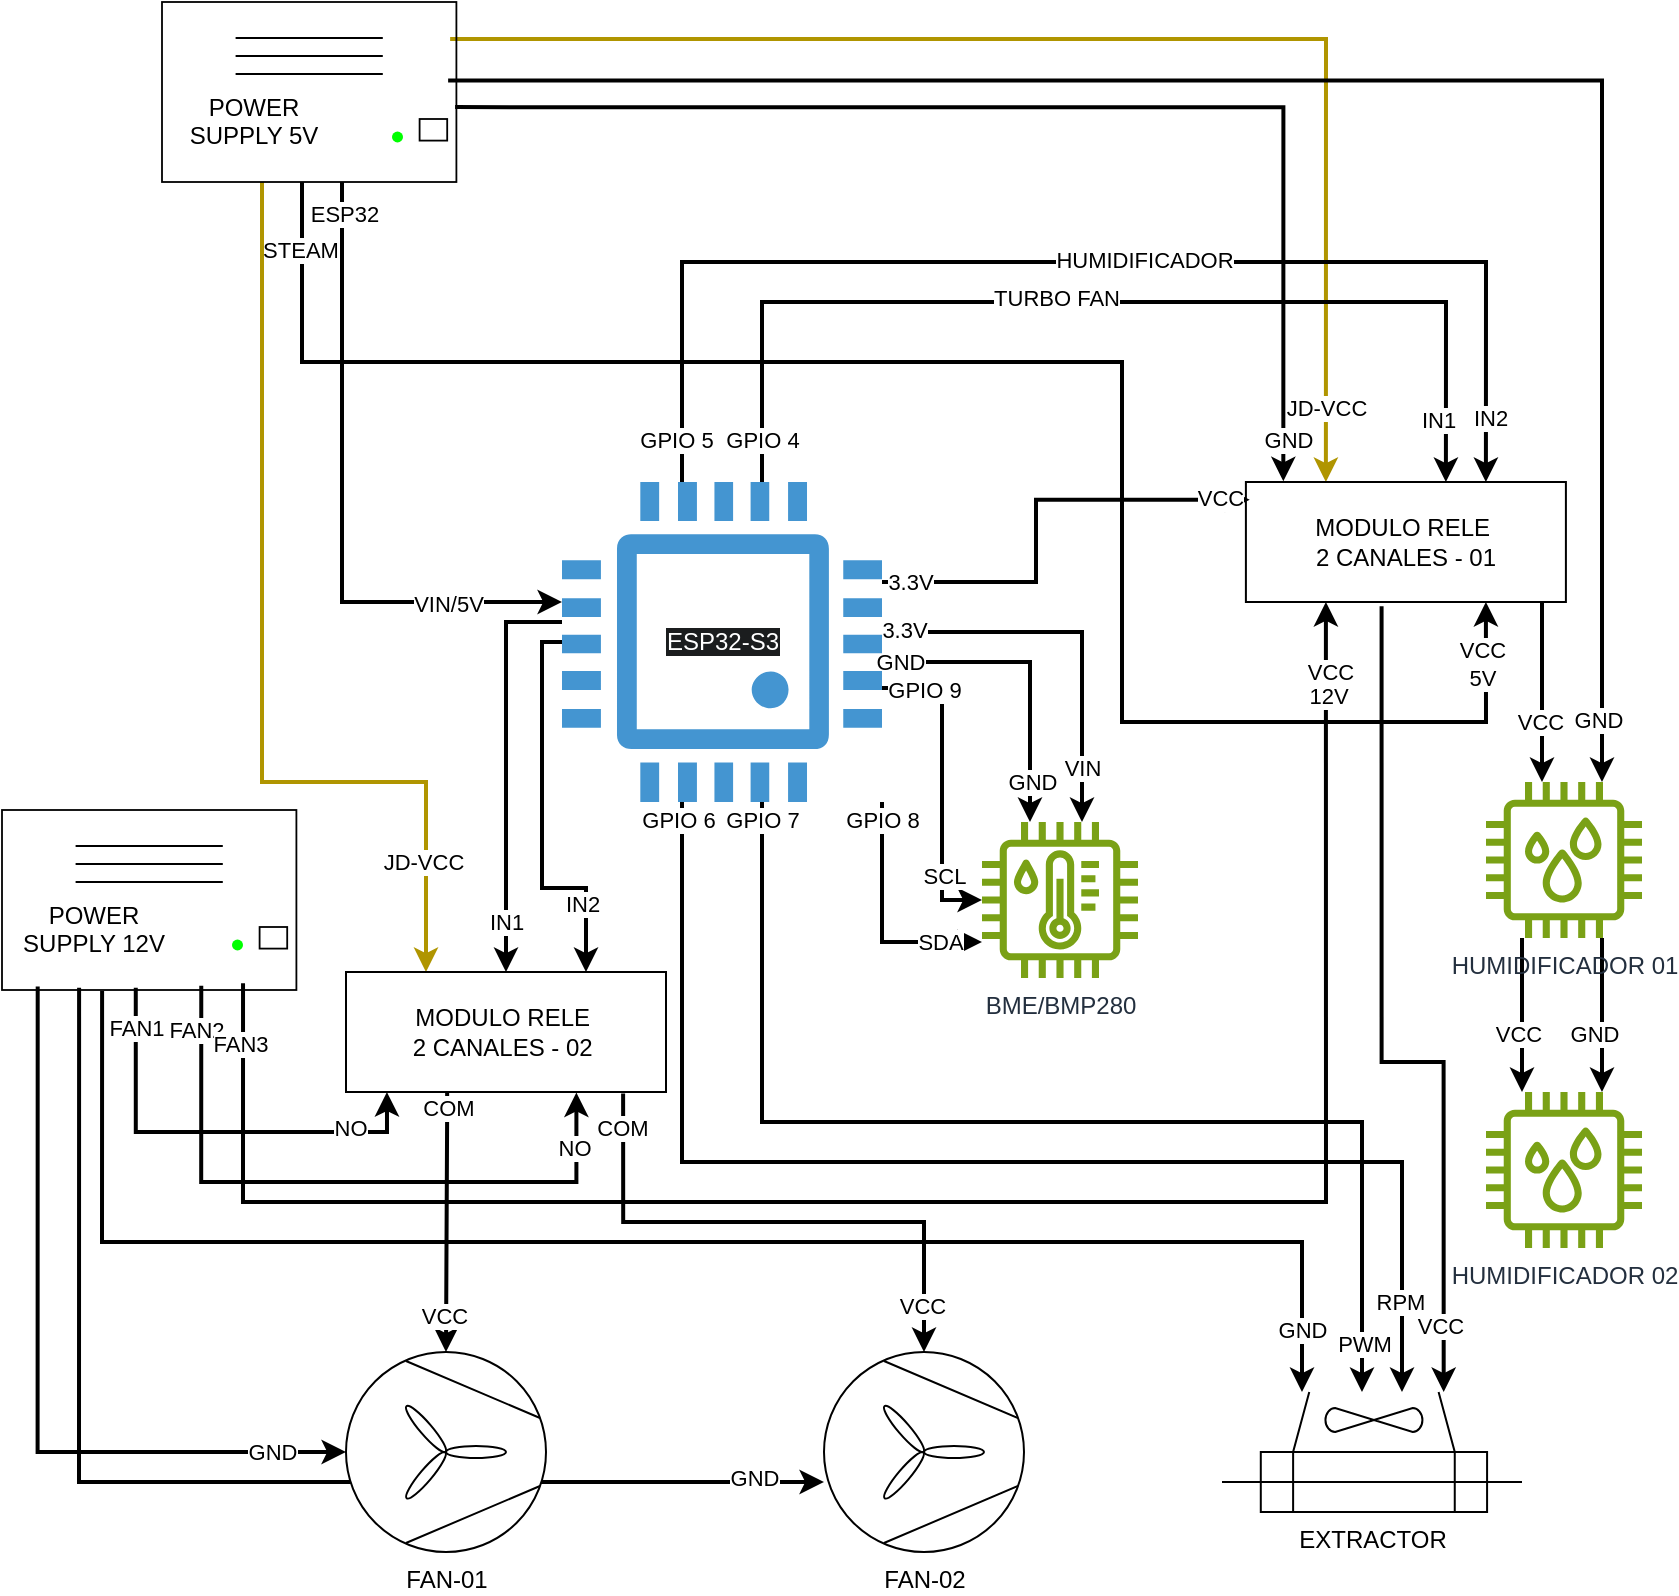
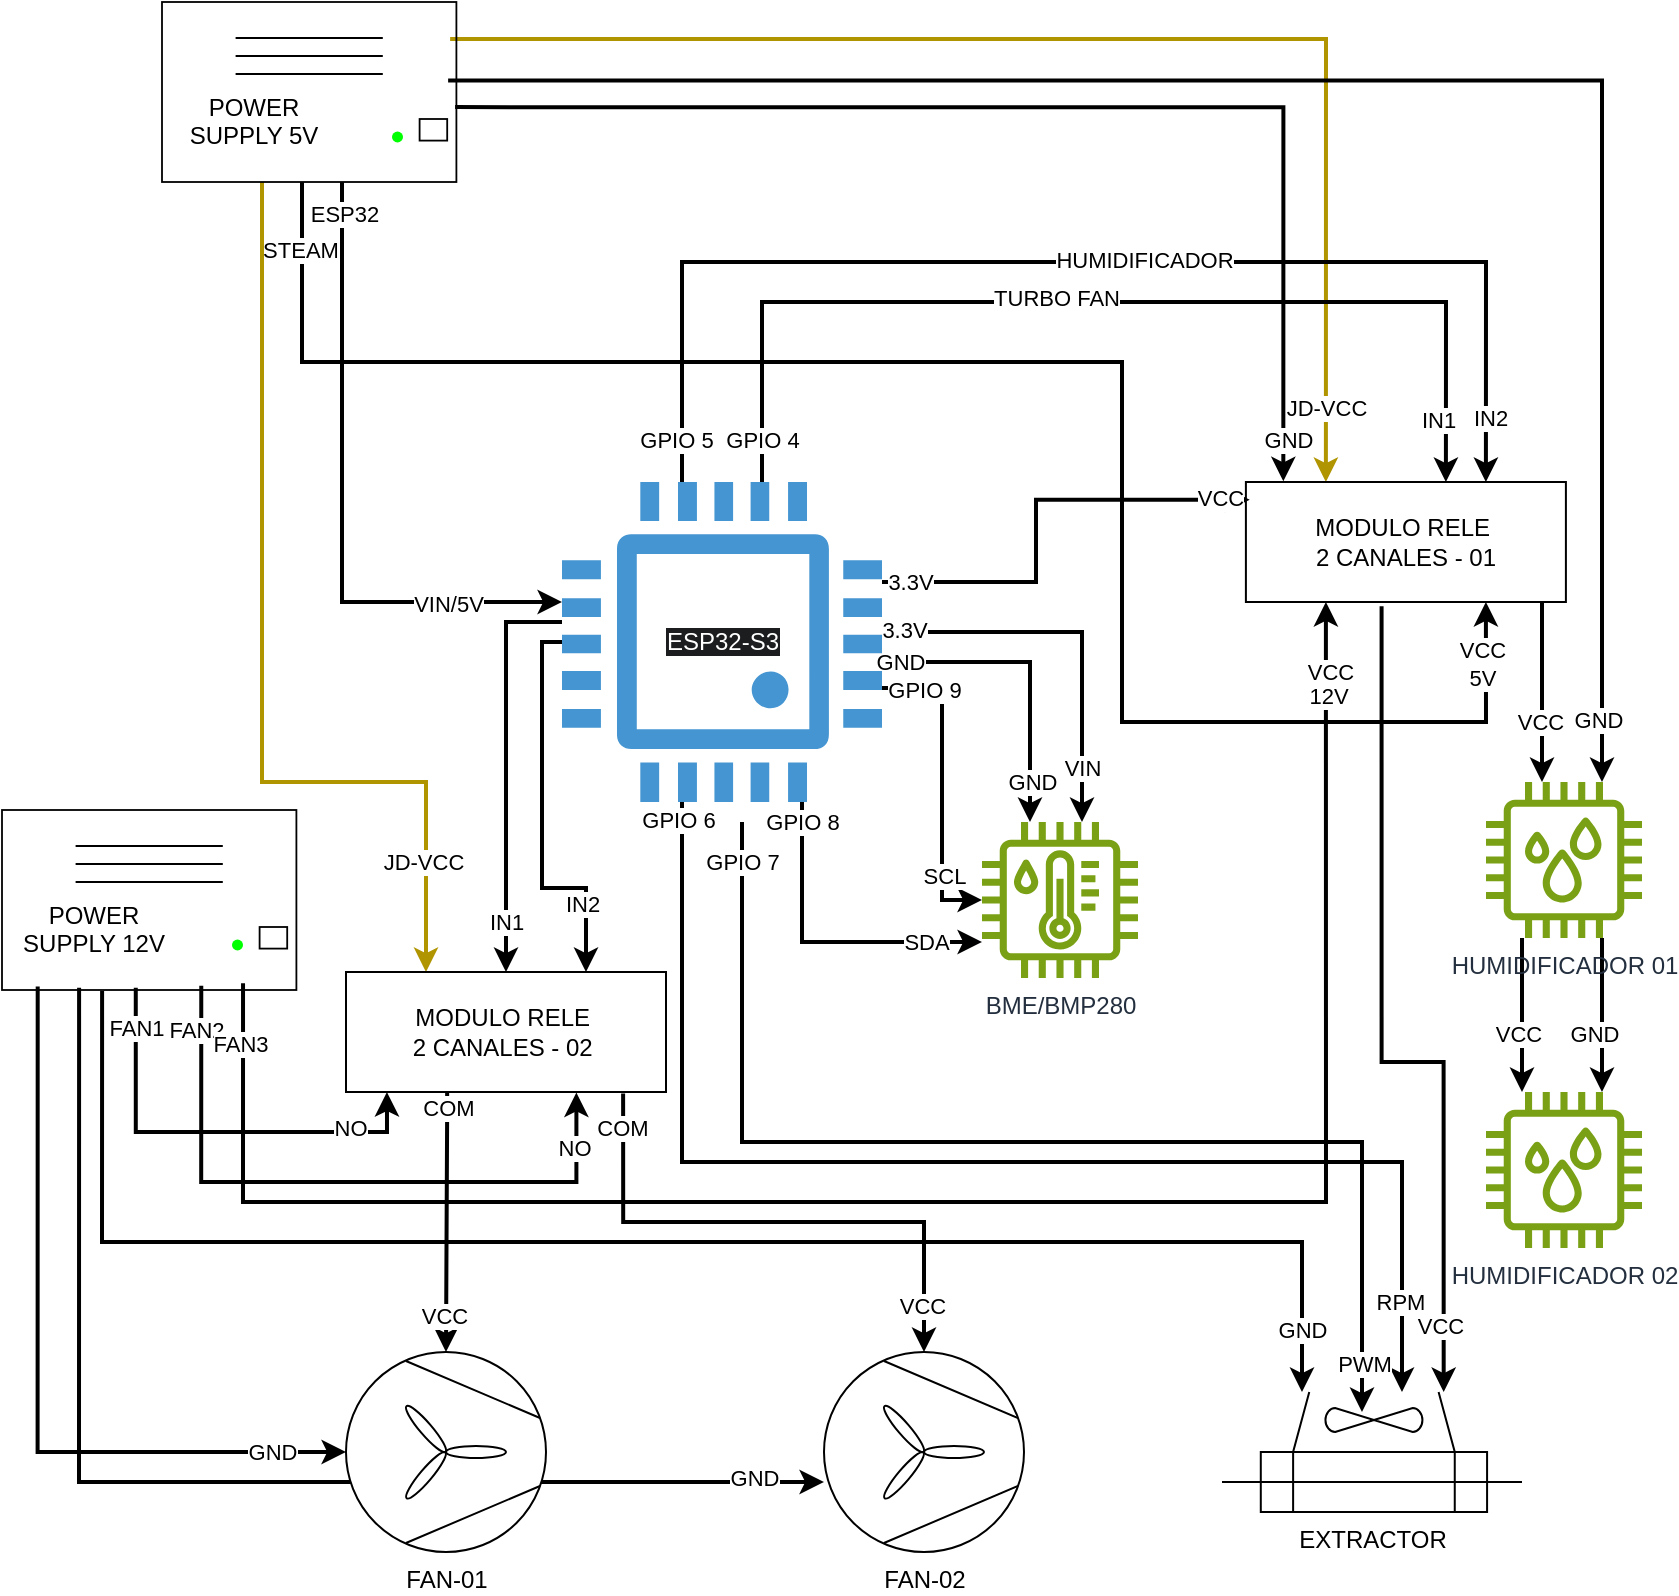
<mxfile host="app.diagrams.net">
  <diagram name="Página-1" id="koUn4hIdyBtjUtpu3TXn">
-     <mxGraphModel dx="2887" dy="1128" grid="1" gridSize="10" guides="1" tooltips="1" connect="1" arrows="1" fold="1" page="1" pageScale="1" pageWidth="827" pageHeight="1169" math="0" shadow="0">
+     <mxGraphModel dx="1492" dy="364" grid="1" gridSize="10" guides="1" tooltips="1" connect="1" arrows="1" fold="1" page="1" pageScale="1" pageWidth="827" pageHeight="1169" math="0" shadow="0">
      <root>
        <mxCell id="0" />
        <mxCell id="1" parent="0" />
        <mxCell id="JcPs1KeFLbjiR-1g2Z5X-6" edge="1" parent="1" source="-57AGY_NIGQAZNsNdCAg-44" style="edgeStyle=orthogonalEdgeStyle;rounded=0;orthogonalLoop=1;jettySize=auto;html=1;entryX=0.25;entryY=0;entryDx=0;entryDy=0;fillColor=#e3c800;strokeColor=light-dark(#B09500,#FFFF33);strokeWidth=2;exitX=1.566;exitY=0.206;exitDx=0;exitDy=0;exitPerimeter=0;" target="JcPs1KeFLbjiR-1g2Z5X-2" value="">
          <mxGeometry relative="1" as="geometry">
            <mxPoint x="200" y="135" as="sourcePoint" />
          </mxGeometry>
        </mxCell>
        <mxCell id="-57AGY_NIGQAZNsNdCAg-20" connectable="0" parent="JcPs1KeFLbjiR-1g2Z5X-6" style="edgeLabel;html=1;align=center;verticalAlign=middle;resizable=0;points=[];" value="JD-VCC" vertex="1">
          <mxGeometry relative="1" x="0.8871" as="geometry">
            <mxPoint as="offset" />
          </mxGeometry>
        </mxCell>
        <mxCell id="JcPs1KeFLbjiR-1g2Z5X-10" edge="1" parent="1" source="-57AGY_NIGQAZNsNdCAg-44" style="edgeStyle=orthogonalEdgeStyle;rounded=0;orthogonalLoop=1;jettySize=auto;html=1;entryX=0.117;entryY=-0.006;entryDx=0;entryDy=0;strokeWidth=2;exitX=1.593;exitY=0.584;exitDx=0;exitDy=0;entryPerimeter=0;exitPerimeter=0;" target="JcPs1KeFLbjiR-1g2Z5X-2" value="">
          <mxGeometry relative="1" x="0.0006" as="geometry">
            <mxPoint as="offset" />
            <Array as="points">
              <mxPoint x="611" y="143" />
            </Array>
            <mxPoint x="200" y="150" as="sourcePoint" />
          </mxGeometry>
        </mxCell>
        <mxCell id="-57AGY_NIGQAZNsNdCAg-32" connectable="0" parent="JcPs1KeFLbjiR-1g2Z5X-10" style="edgeLabel;html=1;align=center;verticalAlign=middle;resizable=0;points=[];" value="GND" vertex="1">
          <mxGeometry relative="1" x="0.9315" y="2" as="geometry">
            <mxPoint as="offset" />
          </mxGeometry>
        </mxCell>
        <mxCell id="JcPs1KeFLbjiR-1g2Z5X-53" edge="1" parent="1" source="-57AGY_NIGQAZNsNdCAg-45" style="edgeStyle=orthogonalEdgeStyle;rounded=0;orthogonalLoop=1;jettySize=auto;html=1;exitX=0.419;exitY=0.988;exitDx=0;exitDy=0;strokeWidth=2;exitPerimeter=0;" target="JcPs1KeFLbjiR-1g2Z5X-51">
          <mxGeometry relative="1" as="geometry">
            <Array as="points">
              <mxPoint x="9" y="830" />
            </Array>
            <mxPoint x="8" y="590" as="sourcePoint" />
          </mxGeometry>
        </mxCell>
        <mxCell id="JcPs1KeFLbjiR-1g2Z5X-54" connectable="0" parent="JcPs1KeFLbjiR-1g2Z5X-53" style="edgeLabel;html=1;align=center;verticalAlign=middle;resizable=0;points=[];" value="GND" vertex="1">
          <mxGeometry relative="1" x="0.8845" y="2" as="geometry">
            <mxPoint as="offset" />
          </mxGeometry>
        </mxCell>
        <mxCell id="JcPs1KeFLbjiR-1g2Z5X-13" edge="1" parent="1" source="-57AGY_NIGQAZNsNdCAg-44" style="edgeStyle=orthogonalEdgeStyle;rounded=0;orthogonalLoop=1;jettySize=auto;html=1;strokeColor=light-dark(#000000,#FF9933);strokeWidth=2;" target="JcPs1KeFLbjiR-1g2Z5X-11" value="">
          <mxGeometry relative="1" x="-0.0012" as="geometry">
            <mxPoint as="offset" />
            <Array as="points">
              <mxPoint x="140" y="390" />
            </Array>
            <mxPoint x="140" y="180" as="sourcePoint" />
            <mxPoint x="240" y="340" as="targetPoint" />
          </mxGeometry>
        </mxCell>
        <mxCell id="JcPs1KeFLbjiR-1g2Z5X-43" connectable="0" parent="JcPs1KeFLbjiR-1g2Z5X-13" style="edgeLabel;html=1;align=center;verticalAlign=middle;resizable=0;points=[];" value="VIN/5V" vertex="1">
          <mxGeometry relative="1" x="0.6434" y="-1" as="geometry">
            <mxPoint as="offset" />
          </mxGeometry>
        </mxCell>
        <mxCell id="-57AGY_NIGQAZNsNdCAg-64" connectable="0" parent="JcPs1KeFLbjiR-1g2Z5X-13" style="edgeLabel;html=1;align=center;verticalAlign=middle;resizable=0;points=[];" value="ESP32" vertex="1">
          <mxGeometry relative="1" x="-0.9" y="1" as="geometry">
            <mxPoint as="offset" />
          </mxGeometry>
        </mxCell>
        <mxCell id="JcPs1KeFLbjiR-1g2Z5X-38" edge="1" parent="1" source="-57AGY_NIGQAZNsNdCAg-44" style="edgeStyle=orthogonalEdgeStyle;rounded=0;orthogonalLoop=1;jettySize=auto;html=1;entryX=0.25;entryY=0;entryDx=0;entryDy=0;strokeColor=light-dark(#B09500,#FFFF33);strokeWidth=2;" target="JcPs1KeFLbjiR-1g2Z5X-26">
          <mxGeometry relative="1" as="geometry">
            <Array as="points">
              <mxPoint x="100" y="480" />
              <mxPoint x="182" y="480" />
            </Array>
            <mxPoint x="100" y="180" as="sourcePoint" />
          </mxGeometry>
        </mxCell>
        <mxCell id="JcPs1KeFLbjiR-1g2Z5X-41" connectable="0" parent="JcPs1KeFLbjiR-1g2Z5X-38" style="edgeLabel;html=1;align=center;verticalAlign=middle;resizable=0;points=[];" value="JD-VCC&amp;nbsp;" vertex="1">
          <mxGeometry relative="1" x="0.7674" as="geometry">
            <mxPoint as="offset" />
          </mxGeometry>
        </mxCell>
        <mxCell id="-57AGY_NIGQAZNsNdCAg-9" edge="1" parent="1" source="JcPs1KeFLbjiR-1g2Z5X-2" style="edgeStyle=orthogonalEdgeStyle;rounded=0;orthogonalLoop=1;jettySize=auto;html=1;strokeColor=light-dark(#000000,#FF0000);strokeWidth=2;exitX=0.424;exitY=1.035;exitDx=0;exitDy=0;exitPerimeter=0;">
          <mxGeometry relative="1" as="geometry">
            <Array as="points">
              <mxPoint x="660" y="620" />
              <mxPoint x="691" y="620" />
            </Array>
            <mxPoint x="690.8447368421055" y="785" as="targetPoint" />
          </mxGeometry>
        </mxCell>
        <mxCell id="-57AGY_NIGQAZNsNdCAg-10" connectable="0" parent="-57AGY_NIGQAZNsNdCAg-9" style="edgeLabel;html=1;align=center;verticalAlign=middle;resizable=0;points=[];" value="VCC" vertex="1">
          <mxGeometry relative="1" x="0.8878" y="-2" as="geometry">
            <mxPoint y="-9" as="offset" />
          </mxGeometry>
        </mxCell>
        <mxCell id="-57AGY_NIGQAZNsNdCAg-68" edge="1" parent="1" source="JcPs1KeFLbjiR-1g2Z5X-2" style="edgeStyle=orthogonalEdgeStyle;rounded=0;orthogonalLoop=1;jettySize=auto;html=1;strokeColor=light-dark(#000000,#FF0000);strokeWidth=2;" target="-57AGY_NIGQAZNsNdCAg-60">
          <mxGeometry relative="1" as="geometry">
            <Array as="points">
              <mxPoint x="740" y="450" />
              <mxPoint x="740" y="450" />
            </Array>
          </mxGeometry>
        </mxCell>
        <mxCell id="-57AGY_NIGQAZNsNdCAg-73" connectable="0" parent="-57AGY_NIGQAZNsNdCAg-68" style="edgeLabel;html=1;align=center;verticalAlign=middle;resizable=0;points=[];" value="VCC" vertex="1">
          <mxGeometry relative="1" x="0.3278" y="-1" as="geometry">
            <mxPoint as="offset" />
          </mxGeometry>
        </mxCell>
        <mxCell id="JcPs1KeFLbjiR-1g2Z5X-2" parent="1" style="rounded=0;whiteSpace=wrap;html=1;strokeColor=light-dark(#000000,#0066CC);" value="MODULO RELE&amp;nbsp;&lt;div&gt;2 CANALES - 01&lt;/div&gt;" vertex="1">
          <mxGeometry height="60" width="160" x="591.95" y="330" as="geometry" />
        </mxCell>
        <mxCell id="JcPs1KeFLbjiR-1g2Z5X-7" parent="1" style="verticalLabelPosition=bottom;outlineConnect=0;align=center;dashed=0;html=1;verticalAlign=top;shape=mxgraph.pid.misc.fan;" value="FAN-01" vertex="1">
          <mxGeometry height="100" width="100" x="142" y="765" as="geometry" />
        </mxCell>
        <mxCell id="-57AGY_NIGQAZNsNdCAg-4" edge="1" parent="1" source="-57AGY_NIGQAZNsNdCAg-45" style="edgeStyle=orthogonalEdgeStyle;rounded=0;orthogonalLoop=1;jettySize=auto;html=1;strokeWidth=2;exitX=0.544;exitY=1.005;exitDx=0;exitDy=0;exitPerimeter=0;" target="-57AGY_NIGQAZNsNdCAg-3">
          <mxGeometry relative="1" as="geometry">
            <Array as="points">
              <mxPoint x="20" y="710" />
              <mxPoint x="620" y="710" />
            </Array>
            <mxPoint x="30" y="590" as="sourcePoint" />
          </mxGeometry>
        </mxCell>
        <mxCell id="-57AGY_NIGQAZNsNdCAg-5" connectable="0" parent="-57AGY_NIGQAZNsNdCAg-4" style="edgeLabel;html=1;align=center;verticalAlign=middle;resizable=0;points=[];" value="GND" vertex="1">
          <mxGeometry relative="1" x="0.9221" as="geometry">
            <mxPoint as="offset" />
          </mxGeometry>
        </mxCell>
        <mxCell id="JcPs1KeFLbjiR-1g2Z5X-17" edge="1" parent="1" source="JcPs1KeFLbjiR-1g2Z5X-11" style="edgeStyle=orthogonalEdgeStyle;rounded=0;orthogonalLoop=1;jettySize=auto;html=1;strokeColor=light-dark(#000000,#FF9933);startSize=6;strokeWidth=2;" target="JcPs1KeFLbjiR-1g2Z5X-16" value="">
          <mxGeometry relative="1" x="-0.0026" as="geometry">
            <mxPoint as="offset" />
            <Array as="points">
              <mxPoint x="510" y="405" />
            </Array>
          </mxGeometry>
        </mxCell>
        <mxCell id="JcPs1KeFLbjiR-1g2Z5X-18" connectable="0" parent="JcPs1KeFLbjiR-1g2Z5X-17" style="edgeLabel;html=1;align=center;verticalAlign=middle;resizable=0;points=[];" value="VIN" vertex="1">
          <mxGeometry relative="1" x="0.7232" as="geometry">
            <mxPoint as="offset" />
          </mxGeometry>
        </mxCell>
        <mxCell id="-57AGY_NIGQAZNsNdCAg-39" connectable="0" parent="JcPs1KeFLbjiR-1g2Z5X-17" style="edgeLabel;html=1;align=center;verticalAlign=middle;resizable=0;points=[];" value="3.3V" vertex="1">
          <mxGeometry relative="1" x="-0.8873" y="1" as="geometry">
            <mxPoint as="offset" />
          </mxGeometry>
        </mxCell>
        <mxCell id="JcPs1KeFLbjiR-1g2Z5X-21" edge="1" parent="1" source="JcPs1KeFLbjiR-1g2Z5X-11" style="edgeStyle=orthogonalEdgeStyle;rounded=0;orthogonalLoop=1;jettySize=auto;html=1;strokeWidth=2;" target="JcPs1KeFLbjiR-1g2Z5X-16">
          <mxGeometry relative="1" as="geometry">
            <Array as="points">
              <mxPoint x="484" y="420" />
            </Array>
          </mxGeometry>
        </mxCell>
        <mxCell id="JcPs1KeFLbjiR-1g2Z5X-23" connectable="0" parent="JcPs1KeFLbjiR-1g2Z5X-21" style="edgeLabel;html=1;align=center;verticalAlign=middle;resizable=0;points=[];" value="GND" vertex="1">
          <mxGeometry relative="1" x="-0.4403" as="geometry">
            <mxPoint x="-34" as="offset" />
          </mxGeometry>
        </mxCell>
        <mxCell id="-57AGY_NIGQAZNsNdCAg-40" connectable="0" parent="JcPs1KeFLbjiR-1g2Z5X-21" style="edgeLabel;html=1;align=center;verticalAlign=middle;resizable=0;points=[];" value="GND" vertex="1">
          <mxGeometry relative="1" x="0.7311" y="1" as="geometry">
            <mxPoint as="offset" />
          </mxGeometry>
        </mxCell>
        <mxCell id="JcPs1KeFLbjiR-1g2Z5X-44" edge="1" parent="1" source="JcPs1KeFLbjiR-1g2Z5X-11" style="edgeStyle=orthogonalEdgeStyle;rounded=0;orthogonalLoop=1;jettySize=auto;html=1;strokeColor=light-dark(#000000,#00CCCC);strokeWidth=2;entryX=0.5;entryY=0;entryDx=0;entryDy=0;" target="JcPs1KeFLbjiR-1g2Z5X-26">
          <mxGeometry relative="1" as="geometry">
            <Array as="points">
              <mxPoint x="222" y="400" />
            </Array>
            <mxPoint x="257" y="400.0044827586207" as="sourcePoint" />
            <mxPoint x="210" y="559.97" as="targetPoint" />
          </mxGeometry>
        </mxCell>
        <mxCell id="JcPs1KeFLbjiR-1g2Z5X-46" connectable="0" parent="JcPs1KeFLbjiR-1g2Z5X-44" style="edgeLabel;html=1;align=center;verticalAlign=middle;resizable=0;points=[];" value="IN1" vertex="1">
          <mxGeometry relative="1" x="0.7496" as="geometry">
            <mxPoint as="offset" />
          </mxGeometry>
        </mxCell>
        <mxCell id="JcPs1KeFLbjiR-1g2Z5X-48" edge="1" parent="1" source="JcPs1KeFLbjiR-1g2Z5X-11" style="edgeStyle=orthogonalEdgeStyle;rounded=0;orthogonalLoop=1;jettySize=auto;html=1;entryX=0.75;entryY=0;entryDx=0;entryDy=0;strokeColor=light-dark(#000000,#00CCCC);strokeWidth=2;" target="JcPs1KeFLbjiR-1g2Z5X-26">
          <mxGeometry relative="1" as="geometry">
            <Array as="points">
              <mxPoint x="240" y="410" />
              <mxPoint x="240" y="533" />
              <mxPoint x="262" y="533" />
            </Array>
          </mxGeometry>
        </mxCell>
        <mxCell id="JcPs1KeFLbjiR-1g2Z5X-49" connectable="0" parent="JcPs1KeFLbjiR-1g2Z5X-48" style="edgeLabel;html=1;align=center;verticalAlign=middle;resizable=0;points=[];" value="IN2" vertex="1">
          <mxGeometry relative="1" x="0.6508" y="-2" as="geometry">
            <mxPoint as="offset" />
          </mxGeometry>
        </mxCell>
-         <mxCell id="-57AGY_NIGQAZNsNdCAg-12" edge="1" parent="1" source="JcPs1KeFLbjiR-1g2Z5X-11" style="edgeStyle=orthogonalEdgeStyle;rounded=0;orthogonalLoop=1;jettySize=auto;html=1;strokeColor=light-dark(#000000,#80FF00);strokeWidth=2;" target="-57AGY_NIGQAZNsNdCAg-3">
+         <mxCell id="-57AGY_NIGQAZNsNdCAg-12" edge="1" parent="1" source="JcPs1KeFLbjiR-1g2Z5X-11" style="edgeStyle=orthogonalEdgeStyle;rounded=0;orthogonalLoop=1;jettySize=auto;html=1;strokeColor=light-dark(#000000,#99FF33);strokeWidth=2;" target="-57AGY_NIGQAZNsNdCAg-3">
          <mxGeometry relative="1" as="geometry">
            <Array as="points">
              <mxPoint x="310" y="670" />
              <mxPoint x="670" y="670" />
            </Array>
          </mxGeometry>
        </mxCell>
        <mxCell id="-57AGY_NIGQAZNsNdCAg-15" connectable="0" parent="-57AGY_NIGQAZNsNdCAg-12" style="edgeLabel;html=1;align=center;verticalAlign=middle;resizable=0;points=[];" value="RPM" vertex="1">
          <mxGeometry relative="1" x="0.8651" y="-1" as="geometry">
            <mxPoint y="-1" as="offset" />
          </mxGeometry>
        </mxCell>
        <mxCell id="-57AGY_NIGQAZNsNdCAg-16" connectable="0" parent="-57AGY_NIGQAZNsNdCAg-12" style="edgeLabel;html=1;align=center;verticalAlign=middle;resizable=0;points=[];" value="GPIO 6" vertex="1">
          <mxGeometry relative="1" x="-0.9151" y="-1" as="geometry">
            <mxPoint x="-1" y="-19" as="offset" />
          </mxGeometry>
        </mxCell>
-         <mxCell id="-57AGY_NIGQAZNsNdCAg-46" edge="1" parent="1" source="JcPs1KeFLbjiR-1g2Z5X-16" style="edgeStyle=orthogonalEdgeStyle;rounded=0;orthogonalLoop=1;jettySize=auto;html=1;strokeColor=light-dark(#000000,#00FFFF);strokeWidth=2;endArrow=none;endFill=0;startArrow=classic;startFill=1;" target="JcPs1KeFLbjiR-1g2Z5X-11">
+         <mxCell id="-57AGY_NIGQAZNsNdCAg-46" edge="1" parent="1" source="JcPs1KeFLbjiR-1g2Z5X-16" style="edgeStyle=orthogonalEdgeStyle;rounded=0;orthogonalLoop=1;jettySize=auto;html=1;strokeColor=light-dark(#000000,#009900);strokeWidth=2;endArrow=none;endFill=0;startArrow=classic;startFill=1;" target="JcPs1KeFLbjiR-1g2Z5X-11">
          <mxGeometry relative="1" as="geometry">
            <Array as="points">
              <mxPoint x="440" y="539" />
              <mxPoint x="440" y="433" />
            </Array>
          </mxGeometry>
        </mxCell>
        <mxCell id="-57AGY_NIGQAZNsNdCAg-47" connectable="0" parent="-57AGY_NIGQAZNsNdCAg-46" style="edgeLabel;html=1;align=center;verticalAlign=middle;resizable=0;points=[];" value="GPIO 9" vertex="1">
          <mxGeometry relative="1" x="0.7309" y="1" as="geometry">
            <mxPoint as="offset" />
          </mxGeometry>
        </mxCell>
        <mxCell id="-57AGY_NIGQAZNsNdCAg-49" connectable="0" parent="-57AGY_NIGQAZNsNdCAg-46" style="edgeLabel;html=1;align=center;verticalAlign=middle;resizable=0;points=[];" value="SCL" vertex="1">
          <mxGeometry relative="1" x="-0.5871" y="-1" as="geometry">
            <mxPoint as="offset" />
          </mxGeometry>
        </mxCell>
        <mxCell id="JcPs1KeFLbjiR-1g2Z5X-16" parent="1" style="sketch=0;outlineConnect=0;fontColor=#232F3E;gradientColor=none;fillColor=#7AA116;strokeColor=none;dashed=0;verticalLabelPosition=bottom;verticalAlign=top;align=center;html=1;fontSize=12;fontStyle=0;aspect=fixed;pointerEvents=1;shape=mxgraph.aws4.iot_thing_temperature_humidity_sensor;" value="BME/BMP280" vertex="1">
          <mxGeometry height="78" width="78" x="460" y="500" as="geometry" />
        </mxCell>
        <mxCell id="JcPs1KeFLbjiR-1g2Z5X-24" edge="1" parent="1" source="-57AGY_NIGQAZNsNdCAg-45" style="edgeStyle=orthogonalEdgeStyle;rounded=0;orthogonalLoop=1;jettySize=auto;html=1;strokeWidth=2;exitX=0.194;exitY=0.981;exitDx=0;exitDy=0;exitPerimeter=0;" target="JcPs1KeFLbjiR-1g2Z5X-7">
          <mxGeometry relative="1" as="geometry">
            <Array as="points">
              <mxPoint x="-12" y="815" />
            </Array>
            <mxPoint x="-12" y="590" as="sourcePoint" />
          </mxGeometry>
        </mxCell>
        <mxCell id="JcPs1KeFLbjiR-1g2Z5X-33" connectable="0" parent="JcPs1KeFLbjiR-1g2Z5X-24" style="edgeLabel;html=1;align=center;verticalAlign=middle;resizable=0;points=[];" value="GND" vertex="1">
          <mxGeometry relative="1" x="0.8091" y="1" as="geometry">
            <mxPoint y="1" as="offset" />
          </mxGeometry>
        </mxCell>
        <mxCell id="JcPs1KeFLbjiR-1g2Z5X-29" edge="1" parent="1" source="JcPs1KeFLbjiR-1g2Z5X-26" style="edgeStyle=orthogonalEdgeStyle;rounded=0;orthogonalLoop=1;jettySize=auto;html=1;strokeColor=light-dark(#000000,#FF3333);strokeWidth=2;exitX=0.316;exitY=0.985;exitDx=0;exitDy=0;exitPerimeter=0;" target="JcPs1KeFLbjiR-1g2Z5X-7">
          <mxGeometry relative="1" as="geometry">
            <Array as="points">
              <mxPoint x="193" y="640" />
              <mxPoint x="192" y="640" />
            </Array>
          </mxGeometry>
        </mxCell>
        <mxCell id="JcPs1KeFLbjiR-1g2Z5X-32" connectable="0" parent="JcPs1KeFLbjiR-1g2Z5X-29" style="edgeLabel;html=1;align=center;verticalAlign=middle;resizable=0;points=[];" value="COM" vertex="1">
          <mxGeometry relative="1" x="-0.8187" y="-2" as="geometry">
            <mxPoint x="3" y="-3" as="offset" />
          </mxGeometry>
        </mxCell>
        <mxCell id="JcPs1KeFLbjiR-1g2Z5X-56" connectable="0" parent="JcPs1KeFLbjiR-1g2Z5X-29" style="edgeLabel;html=1;align=center;verticalAlign=middle;resizable=0;points=[];" value="VCC" vertex="1">
          <mxGeometry relative="1" x="0.7155" y="-1" as="geometry">
            <mxPoint as="offset" />
          </mxGeometry>
        </mxCell>
        <mxCell id="JcPs1KeFLbjiR-1g2Z5X-26" parent="1" style="rounded=0;whiteSpace=wrap;html=1;" value="MODULO RELE&amp;nbsp;&lt;div&gt;2 CANALES - 02&amp;nbsp;&lt;/div&gt;" vertex="1">
          <mxGeometry height="60" width="160" x="142" y="575" as="geometry" />
        </mxCell>
        <mxCell id="JcPs1KeFLbjiR-1g2Z5X-51" parent="1" style="verticalLabelPosition=bottom;outlineConnect=0;align=center;dashed=0;html=1;verticalAlign=top;shape=mxgraph.pid.misc.fan;" value="FAN-02" vertex="1">
          <mxGeometry height="100" width="100" x="381" y="765" as="geometry" />
        </mxCell>
        <mxCell id="JcPs1KeFLbjiR-1g2Z5X-55" edge="1" parent="1" source="JcPs1KeFLbjiR-1g2Z5X-26" style="edgeStyle=orthogonalEdgeStyle;rounded=0;orthogonalLoop=1;jettySize=auto;html=1;exitX=0.866;exitY=1.012;exitDx=0;exitDy=0;exitPerimeter=0;strokeColor=light-dark(#000000,#990000);strokeWidth=2;" target="JcPs1KeFLbjiR-1g2Z5X-51">
          <mxGeometry relative="1" as="geometry" />
        </mxCell>
        <mxCell id="JcPs1KeFLbjiR-1g2Z5X-57" connectable="0" parent="JcPs1KeFLbjiR-1g2Z5X-55" style="edgeLabel;html=1;align=center;verticalAlign=middle;resizable=0;points=[];" value="VCC" vertex="1">
          <mxGeometry relative="1" x="0.8346" y="-1" as="geometry">
            <mxPoint as="offset" />
          </mxGeometry>
        </mxCell>
        <mxCell id="JcPs1KeFLbjiR-1g2Z5X-58" connectable="0" parent="JcPs1KeFLbjiR-1g2Z5X-55" style="edgeLabel;html=1;align=center;verticalAlign=middle;resizable=0;points=[];" value="COM" vertex="1">
          <mxGeometry relative="1" x="-0.8794" y="-1" as="geometry">
            <mxPoint as="offset" />
          </mxGeometry>
        </mxCell>
        <mxCell id="-57AGY_NIGQAZNsNdCAg-3" parent="1" style="verticalLabelPosition=bottom;outlineConnect=0;align=center;dashed=0;html=1;verticalAlign=top;shape=mxgraph.pid.misc.induced_flow_air_cooler;" value="EXTRACTOR" vertex="1">
          <mxGeometry height="60" width="150" x="580" y="785" as="geometry" />
        </mxCell>
        <mxCell id="-57AGY_NIGQAZNsNdCAg-17" edge="1" parent="1" source="JcPs1KeFLbjiR-1g2Z5X-11" style="edgeStyle=orthogonalEdgeStyle;rounded=0;orthogonalLoop=1;jettySize=auto;html=1;entryX=0.625;entryY=0;entryDx=0;entryDy=0;entryPerimeter=0;strokeWidth=2;strokeColor=light-dark(#000000,#00CC66);" target="JcPs1KeFLbjiR-1g2Z5X-2">
          <mxGeometry relative="1" as="geometry">
            <Array as="points">
              <mxPoint x="350" y="240" />
              <mxPoint x="692" y="240" />
            </Array>
            <mxPoint x="376.0026315789475" y="350" as="sourcePoint" />
          </mxGeometry>
        </mxCell>
        <mxCell id="-57AGY_NIGQAZNsNdCAg-18" connectable="0" parent="-57AGY_NIGQAZNsNdCAg-17" style="edgeLabel;html=1;align=center;verticalAlign=middle;resizable=0;points=[];" value="GPIO 4" vertex="1">
          <mxGeometry relative="1" x="-0.9186" as="geometry">
            <mxPoint as="offset" />
          </mxGeometry>
        </mxCell>
        <mxCell id="-57AGY_NIGQAZNsNdCAg-21" connectable="0" parent="-57AGY_NIGQAZNsNdCAg-17" style="edgeLabel;html=1;align=center;verticalAlign=middle;resizable=0;points=[];" value="IN1" vertex="1">
          <mxGeometry relative="1" x="0.8792" y="-4" as="geometry">
            <mxPoint as="offset" />
          </mxGeometry>
        </mxCell>
        <mxCell id="-57AGY_NIGQAZNsNdCAg-29" connectable="0" parent="-57AGY_NIGQAZNsNdCAg-17" style="edgeLabel;html=1;align=center;verticalAlign=middle;resizable=0;points=[];" value="TURBO FAN" vertex="1">
          <mxGeometry relative="1" x="-0.0966" y="2" as="geometry">
            <mxPoint x="1" as="offset" />
          </mxGeometry>
        </mxCell>
        <mxCell id="-57AGY_NIGQAZNsNdCAg-22" edge="1" parent="1" source="JcPs1KeFLbjiR-1g2Z5X-11" style="edgeStyle=orthogonalEdgeStyle;rounded=0;orthogonalLoop=1;jettySize=auto;html=1;entryX=0.75;entryY=0;entryDx=0;entryDy=0;strokeColor=light-dark(#000000,#00CC66);strokeWidth=2;" target="JcPs1KeFLbjiR-1g2Z5X-2">
          <mxGeometry relative="1" as="geometry">
            <Array as="points">
              <mxPoint x="310" y="220" />
              <mxPoint x="712" y="220" />
            </Array>
          </mxGeometry>
        </mxCell>
        <mxCell id="-57AGY_NIGQAZNsNdCAg-25" connectable="0" parent="-57AGY_NIGQAZNsNdCAg-22" style="edgeLabel;html=1;align=center;verticalAlign=middle;resizable=0;points=[];" value="IN2" vertex="1">
          <mxGeometry relative="1" x="0.8969" y="2" as="geometry">
            <mxPoint as="offset" />
          </mxGeometry>
        </mxCell>
        <mxCell id="-57AGY_NIGQAZNsNdCAg-27" connectable="0" parent="-57AGY_NIGQAZNsNdCAg-22" style="edgeLabel;html=1;align=center;verticalAlign=middle;resizable=0;points=[];" value="GPIO 5" vertex="1">
          <mxGeometry relative="1" x="-0.9302" y="3" as="geometry">
            <mxPoint as="offset" />
          </mxGeometry>
        </mxCell>
        <mxCell id="-57AGY_NIGQAZNsNdCAg-31" connectable="0" parent="-57AGY_NIGQAZNsNdCAg-22" style="edgeLabel;html=1;align=center;verticalAlign=middle;resizable=0;points=[];" value="HUMIDIFICADOR" vertex="1">
          <mxGeometry relative="1" x="0.0939" y="1" as="geometry">
            <mxPoint x="1" as="offset" />
          </mxGeometry>
        </mxCell>
        <mxCell id="-57AGY_NIGQAZNsNdCAg-33" edge="1" parent="1" source="JcPs1KeFLbjiR-1g2Z5X-11" style="edgeStyle=orthogonalEdgeStyle;rounded=0;orthogonalLoop=1;jettySize=auto;html=1;entryX=0.012;entryY=0.148;entryDx=0;entryDy=0;entryPerimeter=0;strokeWidth=2;strokeColor=light-dark(#000000,#FF9933);" target="JcPs1KeFLbjiR-1g2Z5X-2">
          <mxGeometry relative="1" as="geometry">
            <Array as="points">
              <mxPoint x="487" y="380" />
              <mxPoint x="487" y="339" />
            </Array>
          </mxGeometry>
        </mxCell>
        <mxCell id="-57AGY_NIGQAZNsNdCAg-34" connectable="0" parent="-57AGY_NIGQAZNsNdCAg-33" style="edgeLabel;html=1;align=center;verticalAlign=middle;resizable=0;points=[];" value="VCC" vertex="1">
          <mxGeometry relative="1" x="0.8677" y="1" as="geometry">
            <mxPoint as="offset" />
          </mxGeometry>
        </mxCell>
        <mxCell id="-57AGY_NIGQAZNsNdCAg-36" connectable="0" parent="-57AGY_NIGQAZNsNdCAg-33" style="edgeLabel;html=1;align=center;verticalAlign=middle;resizable=0;points=[];" value="3.3V" vertex="1">
          <mxGeometry relative="1" x="-0.8735" as="geometry">
            <mxPoint as="offset" />
          </mxGeometry>
        </mxCell>
-         <mxCell id="-57AGY_NIGQAZNsNdCAg-41" edge="1" parent="1" source="JcPs1KeFLbjiR-1g2Z5X-11" style="edgeStyle=orthogonalEdgeStyle;rounded=0;orthogonalLoop=1;jettySize=auto;html=1;strokeColor=light-dark(#000000,#0066CC);strokeWidth=2;" target="-57AGY_NIGQAZNsNdCAg-3">
-           <mxGeometry relative="1" as="geometry">
-             <Array as="points">
-               <mxPoint x="350" y="650" />
-               <mxPoint x="650" y="650" />
-             </Array>
+         <mxCell id="-57AGY_NIGQAZNsNdCAg-41" edge="1" parent="1" style="edgeStyle=orthogonalEdgeStyle;rounded=0;orthogonalLoop=1;jettySize=auto;html=1;strokeColor=light-dark(#000000,#0066CC);strokeWidth=2;">
+           <mxGeometry relative="1" as="geometry">
+             <Array as="points">
+               <mxPoint x="340" y="660" />
+               <mxPoint x="650" y="660" />
+             </Array>
+             <mxPoint x="340" y="500" as="sourcePoint" />
+             <mxPoint x="650" y="795" as="targetPoint" />
          </mxGeometry>
        </mxCell>
        <mxCell id="-57AGY_NIGQAZNsNdCAg-42" connectable="0" parent="-57AGY_NIGQAZNsNdCAg-41" style="edgeLabel;html=1;align=center;verticalAlign=middle;resizable=0;points=[];" value="PWM" vertex="1">
          <mxGeometry relative="1" x="0.9193" y="1" as="geometry">
            <mxPoint as="offset" />
          </mxGeometry>
        </mxCell>
        <mxCell id="-57AGY_NIGQAZNsNdCAg-43" connectable="0" parent="-57AGY_NIGQAZNsNdCAg-41" style="edgeLabel;html=1;align=center;verticalAlign=middle;resizable=0;points=[];" value="GPIO 7" vertex="1">
          <mxGeometry relative="1" x="-0.934" as="geometry">
-             <mxPoint y="-11" as="offset" />
+             <mxPoint as="offset" />
          </mxGeometry>
        </mxCell>
        <mxCell id="-57AGY_NIGQAZNsNdCAg-48" edge="1" parent="1" source="JcPs1KeFLbjiR-1g2Z5X-11" style="edgeStyle=orthogonalEdgeStyle;rounded=0;orthogonalLoop=1;jettySize=auto;html=1;strokeColor=light-dark(#000000,#0000FF);strokeWidth=2;" target="JcPs1KeFLbjiR-1g2Z5X-16">
          <mxGeometry relative="1" as="geometry">
            <Array as="points">
-               <mxPoint x="410" y="560" />
+               <mxPoint x="370" y="560" />
            </Array>
          </mxGeometry>
        </mxCell>
        <mxCell id="-57AGY_NIGQAZNsNdCAg-50" connectable="0" parent="-57AGY_NIGQAZNsNdCAg-48" style="edgeLabel;html=1;align=center;verticalAlign=middle;resizable=0;points=[];" value="SDA" vertex="1">
          <mxGeometry relative="1" x="0.6494" as="geometry">
            <mxPoint as="offset" />
          </mxGeometry>
        </mxCell>
        <mxCell id="-57AGY_NIGQAZNsNdCAg-56" connectable="0" parent="-57AGY_NIGQAZNsNdCAg-48" style="edgeLabel;html=1;align=center;verticalAlign=middle;resizable=0;points=[];" value="GPIO 8" vertex="1">
          <mxGeometry relative="1" x="-0.8506" as="geometry">
-             <mxPoint as="offset" />
+             <mxPoint y="-2" as="offset" />
          </mxGeometry>
        </mxCell>
        <mxCell id="JcPs1KeFLbjiR-1g2Z5X-11" parent="1" style="pointerEvents=1;shadow=0;dashed=0;html=1;strokeColor=none;fillColor=#4495D1;labelPosition=center;verticalLabelPosition=middle;verticalAlign=middle;align=center;outlineConnect=0;shape=mxgraph.veeam.cpu;gradientColor=none;" value="&lt;span style=&quot;color: rgb(255, 255, 255); font-family: Helvetica; font-size: 12px; font-style: normal; font-variant-ligatures: normal; font-variant-caps: normal; font-weight: 400; letter-spacing: normal; orphans: 2; text-align: center; text-indent: 0px; text-transform: none; widows: 2; word-spacing: 0px; -webkit-text-stroke-width: 0px; white-space: nowrap; background-color: rgb(27, 29, 30); text-decoration-thickness: initial; text-decoration-style: initial; text-decoration-color: initial; display: inline !important; float: none;&quot;&gt;ESP32-S3&lt;/span&gt;" vertex="1">
          <mxGeometry height="160" width="160" x="250" y="330" as="geometry" />
        </mxCell>
        <mxCell id="-57AGY_NIGQAZNsNdCAg-62" edge="1" parent="1" source="-57AGY_NIGQAZNsNdCAg-44" style="edgeStyle=orthogonalEdgeStyle;rounded=0;orthogonalLoop=1;jettySize=auto;html=1;entryX=0.75;entryY=1;entryDx=0;entryDy=0;strokeColor=light-dark(#000000,#FF0000);strokeWidth=2;" target="JcPs1KeFLbjiR-1g2Z5X-2">
          <mxGeometry relative="1" as="geometry">
            <Array as="points">
              <mxPoint x="120" y="270" />
              <mxPoint x="530" y="270" />
              <mxPoint x="530" y="450" />
              <mxPoint x="712" y="450" />
            </Array>
          </mxGeometry>
        </mxCell>
        <mxCell id="-57AGY_NIGQAZNsNdCAg-65" connectable="0" parent="-57AGY_NIGQAZNsNdCAg-62" style="edgeLabel;html=1;align=center;verticalAlign=middle;resizable=0;points=[];" value="STEAM" vertex="1">
          <mxGeometry relative="1" x="-0.9273" y="-1" as="geometry">
            <mxPoint as="offset" />
          </mxGeometry>
        </mxCell>
        <mxCell id="-57AGY_NIGQAZNsNdCAg-67" connectable="0" parent="-57AGY_NIGQAZNsNdCAg-62" style="edgeLabel;html=1;align=center;verticalAlign=middle;resizable=0;points=[];" value="VCC&lt;div&gt;5V&lt;/div&gt;" vertex="1">
          <mxGeometry relative="1" x="0.9463" y="-1" as="geometry">
            <mxPoint x="-3" y="6" as="offset" />
          </mxGeometry>
        </mxCell>
        <mxCell id="-57AGY_NIGQAZNsNdCAg-71" edge="1" parent="1" source="-57AGY_NIGQAZNsNdCAg-44" style="edgeStyle=orthogonalEdgeStyle;rounded=0;orthogonalLoop=1;jettySize=auto;html=1;exitX=1.555;exitY=0.436;exitDx=0;exitDy=0;exitPerimeter=0;strokeWidth=2;" target="-57AGY_NIGQAZNsNdCAg-60">
          <mxGeometry relative="1" as="geometry">
            <Array as="points">
              <mxPoint x="770" y="129" />
            </Array>
          </mxGeometry>
        </mxCell>
        <mxCell id="-57AGY_NIGQAZNsNdCAg-72" connectable="0" parent="-57AGY_NIGQAZNsNdCAg-71" style="edgeLabel;html=1;align=center;verticalAlign=middle;resizable=0;points=[];" value="GND" vertex="1">
          <mxGeometry relative="1" x="0.9321" y="-2" as="geometry">
            <mxPoint as="offset" />
          </mxGeometry>
        </mxCell>
        <mxCell id="-57AGY_NIGQAZNsNdCAg-44" parent="1" style="shape=stencil(tVZtb5swEP4t+4C0fehETF4+p0CmSl02rdL2MbLwtXhzbGZM1/XX77BBKTS4btJJCB135+defI9NlKR1SSuISCzpHqIkiwjZNCAN7L4qBnqX14YLhVp0+cOZKZ3PbBk7XQn8rjSdMu6UtdHqF/w4uJNWn+RRvEZr+yRpoaSEwnAl64HliR1hKJcGvx8cTAf/t/v6SBZOUYHmezCgB26Hiq6dIiKbk0MFRtqeH2kVGOrTNnt9sNkoWBIW6/vu8/rm/Gir4Gj59stEvCRFzdTwJOmt0nCnVSPZ0SzfXVygkDagK9VmorkseEUFyoiJb9PUVhaI00pQGyoZ1fyRMtUqEOAYsMZ0Jve0o8+YOiPWTHXWscnj4Ir6Bj+5EBQl1jrfI4m5oAW3ZbVLSdyTOXYUd0XvG0MZna6soi2Lnxl6817dw6Hw+bBy4i2thxBcPoGYkVMwvGkkb5BGGIY3jfkbpOHHsOSY2LDgQbpUWtrZZ92EwIMboqvH3w0HbYflfS6R7VZcpx9CebE4urM9MRYjXvgr9SHPF/8LeXVWzi80OAMMXdr23lDBbXez8O7Oxuzzd4G8pgtj7OVZ2IGTeCUZL/Dc1Shf51nfMZAFoIWp6caAELyqBzwa7SMZ5L8cpL/0Z3+L56y9IaLupnCrIjwj4s3mpeO8XX1Kayy3n11vVuv+4aziHw==);whiteSpace=wrap;html=1;" value="&lt;div&gt;&lt;br&gt;&lt;/div&gt;&lt;div&gt;&lt;br&gt;&lt;/div&gt;POWER SUPPLY 5V" vertex="1">
          <mxGeometry height="90" width="92" x="50" y="90" as="geometry" />
        </mxCell>
        <mxCell id="-57AGY_NIGQAZNsNdCAg-45" parent="1" style="shape=stencil(tVZtb5swEP4t+4C0fehETF4+p0CmSl02rdL2MbLwtXhzbGZM1/XX77BBKTS4btJJCB135+defI9NlKR1SSuISCzpHqIkiwjZNCAN7L4qBnqX14YLhVp0+cOZKZ3PbBk7XQn8rjSdMu6UtdHqF/w4uJNWn+RRvEZr+yRpoaSEwnAl64HliR1hKJcGvx8cTAf/t/v6SBZOUYHmezCgB26Hiq6dIiKbk0MFRtqeH2kVGOrTNnt9sNkoWBIW6/vu8/rm/Gir4Gj59stEvCRFzdTwJOmt0nCnVSPZ0SzfXVygkDagK9VmorkseEUFyoiJb9PUVhaI00pQGyoZ1fyRMtUqEOAYsMZ0Jve0o8+YOiPWTHXWscnj4Ir6Bj+5EBQl1jrfI4m5oAW3ZbVLSdyTOXYUd0XvG0MZna6soi2Lnxl6817dw6Hw+bBy4i2thxBcPoGYkVMwvGkkb5BGGIY3jfkbpOHHsOSY2LDgQbpUWtrZZ92EwIMboqvH3w0HbYflfS6R7VZcpx9CebE4urM9MRYjXvgr9SHPF/8LeXVWzi80OAMMXdr23lDBbXez8O7Oxuzzd4G8pgtj7OVZ2IGTeCUZL/Dc1Shf51nfMZAFoIWp6caAELyqBzwa7SMZ5L8cpL/0Z3+L56y9IaLupnCrIjwj4s3mpeO8XX1Kayy3n11vVuv+4aziHw==);whiteSpace=wrap;html=1;" value="&lt;div&gt;&lt;br&gt;&lt;/div&gt;&lt;div&gt;&lt;br&gt;&lt;/div&gt;POWER SUPPLY 12V" vertex="1">
          <mxGeometry height="90" width="92" x="-30" y="494" as="geometry" />
        </mxCell>
        <mxCell id="JcPs1KeFLbjiR-1g2Z5X-59" edge="1" parent="1" source="-57AGY_NIGQAZNsNdCAg-45" style="edgeStyle=orthogonalEdgeStyle;rounded=0;orthogonalLoop=1;jettySize=auto;html=1;entryX=0.72;entryY=1.005;entryDx=0;entryDy=0;entryPerimeter=0;strokeWidth=2;strokeColor=light-dark(#000000,#990000);exitX=1.083;exitY=0.976;exitDx=0;exitDy=0;exitPerimeter=0;" target="JcPs1KeFLbjiR-1g2Z5X-26">
          <mxGeometry relative="1" as="geometry">
            <Array as="points">
              <mxPoint x="70" y="680" />
              <mxPoint x="257" y="680" />
            </Array>
            <mxPoint x="70" y="590" as="sourcePoint" />
          </mxGeometry>
        </mxCell>
        <mxCell id="JcPs1KeFLbjiR-1g2Z5X-60" connectable="0" parent="JcPs1KeFLbjiR-1g2Z5X-59" style="edgeLabel;html=1;align=center;verticalAlign=middle;resizable=0;points=[];" value="NO" vertex="1">
          <mxGeometry relative="1" x="0.8369" y="1" as="geometry">
            <mxPoint as="offset" />
          </mxGeometry>
        </mxCell>
        <mxCell id="-57AGY_NIGQAZNsNdCAg-58" connectable="0" parent="JcPs1KeFLbjiR-1g2Z5X-59" style="edgeLabel;html=1;align=center;verticalAlign=middle;resizable=0;points=[];" value="FAN2" vertex="1">
          <mxGeometry relative="1" x="-0.8699" y="-3" as="geometry">
            <mxPoint as="offset" />
          </mxGeometry>
        </mxCell>
        <mxCell id="JcPs1KeFLbjiR-1g2Z5X-27" edge="1" parent="1" source="-57AGY_NIGQAZNsNdCAg-45" style="edgeStyle=orthogonalEdgeStyle;rounded=0;orthogonalLoop=1;jettySize=auto;html=1;entryX=0.128;entryY=1.001;entryDx=0;entryDy=0;strokeColor=light-dark(#000000,#FF3333);strokeWidth=2;entryPerimeter=0;exitX=0.727;exitY=0.987;exitDx=0;exitDy=0;exitPerimeter=0;" target="JcPs1KeFLbjiR-1g2Z5X-26">
          <mxGeometry relative="1" as="geometry">
            <Array as="points">
              <mxPoint x="37" y="655" />
              <mxPoint x="163" y="655" />
            </Array>
            <mxPoint x="38" y="590" as="sourcePoint" />
          </mxGeometry>
        </mxCell>
        <mxCell id="JcPs1KeFLbjiR-1g2Z5X-30" connectable="0" parent="JcPs1KeFLbjiR-1g2Z5X-27" style="edgeLabel;html=1;align=center;verticalAlign=middle;resizable=0;points=[];" value="NO" vertex="1">
          <mxGeometry relative="1" x="0.5968" as="geometry">
            <mxPoint x="5" y="-2" as="offset" />
          </mxGeometry>
        </mxCell>
        <mxCell id="-57AGY_NIGQAZNsNdCAg-57" connectable="0" parent="JcPs1KeFLbjiR-1g2Z5X-27" style="edgeLabel;html=1;align=center;verticalAlign=middle;resizable=0;points=[];" value="FAN1" vertex="1">
          <mxGeometry relative="1" x="-0.8193" as="geometry">
            <mxPoint as="offset" />
          </mxGeometry>
        </mxCell>
        <mxCell id="-57AGY_NIGQAZNsNdCAg-6" edge="1" parent="1" source="-57AGY_NIGQAZNsNdCAg-45" style="edgeStyle=orthogonalEdgeStyle;rounded=0;orthogonalLoop=1;jettySize=auto;html=1;strokeColor=light-dark(#000000,#FF0000);strokeWidth=2;entryX=0.25;entryY=1;entryDx=0;entryDy=0;exitX=1.31;exitY=0.963;exitDx=0;exitDy=0;exitPerimeter=0;" target="JcPs1KeFLbjiR-1g2Z5X-2">
          <mxGeometry relative="1" as="geometry">
            <Array as="points">
              <mxPoint x="91" y="690" />
              <mxPoint x="632" y="690" />
            </Array>
            <mxPoint x="90" y="590" as="sourcePoint" />
          </mxGeometry>
        </mxCell>
        <mxCell id="-57AGY_NIGQAZNsNdCAg-8" connectable="0" parent="-57AGY_NIGQAZNsNdCAg-6" style="edgeLabel;html=1;align=center;verticalAlign=middle;resizable=0;points=[];" value="VCC" vertex="1">
          <mxGeometry relative="1" x="0.9273" y="-2" as="geometry">
            <mxPoint as="offset" />
          </mxGeometry>
        </mxCell>
        <mxCell id="-57AGY_NIGQAZNsNdCAg-11" connectable="0" parent="-57AGY_NIGQAZNsNdCAg-6" style="edgeLabel;html=1;align=center;verticalAlign=middle;resizable=0;points=[];" value="12V" vertex="1">
          <mxGeometry relative="1" x="0.9012" y="-1" as="geometry">
            <mxPoint as="offset" />
          </mxGeometry>
        </mxCell>
        <mxCell id="-57AGY_NIGQAZNsNdCAg-59" connectable="0" parent="-57AGY_NIGQAZNsNdCAg-6" style="edgeLabel;html=1;align=center;verticalAlign=middle;resizable=0;points=[];" value="FAN3" vertex="1">
          <mxGeometry relative="1" x="-0.9366" y="-2" as="geometry">
            <mxPoint as="offset" />
          </mxGeometry>
        </mxCell>
        <mxCell id="-57AGY_NIGQAZNsNdCAg-70" edge="1" parent="1" source="-57AGY_NIGQAZNsNdCAg-60" style="edgeStyle=orthogonalEdgeStyle;rounded=0;orthogonalLoop=1;jettySize=auto;html=1;strokeColor=light-dark(#000000,#FF0000);strokeWidth=2;" target="-57AGY_NIGQAZNsNdCAg-69" value="">
          <mxGeometry relative="1" as="geometry">
            <Array as="points">
              <mxPoint x="730" y="620" />
              <mxPoint x="730" y="620" />
            </Array>
          </mxGeometry>
        </mxCell>
        <mxCell id="-57AGY_NIGQAZNsNdCAg-76" connectable="0" parent="-57AGY_NIGQAZNsNdCAg-70" style="edgeLabel;html=1;align=center;verticalAlign=middle;resizable=0;points=[];" value="VCC" vertex="1">
          <mxGeometry relative="1" x="0.2403" y="-2" as="geometry">
            <mxPoint as="offset" />
          </mxGeometry>
        </mxCell>
        <mxCell id="-57AGY_NIGQAZNsNdCAg-74" edge="1" parent="1" source="-57AGY_NIGQAZNsNdCAg-60" style="edgeStyle=orthogonalEdgeStyle;rounded=0;orthogonalLoop=1;jettySize=auto;html=1;strokeWidth=2;" target="-57AGY_NIGQAZNsNdCAg-69">
          <mxGeometry relative="1" as="geometry">
            <Array as="points">
              <mxPoint x="770" y="600" />
              <mxPoint x="770" y="600" />
            </Array>
          </mxGeometry>
        </mxCell>
        <mxCell id="-57AGY_NIGQAZNsNdCAg-77" connectable="0" parent="-57AGY_NIGQAZNsNdCAg-74" style="edgeLabel;html=1;align=center;verticalAlign=middle;resizable=0;points=[];" value="GND" vertex="1">
          <mxGeometry relative="1" x="0.2403" y="-4" as="geometry">
            <mxPoint as="offset" />
          </mxGeometry>
        </mxCell>
        <mxCell id="-57AGY_NIGQAZNsNdCAg-60" parent="1" style="sketch=0;outlineConnect=0;fontColor=#232F3E;gradientColor=none;fillColor=#7AA116;strokeColor=none;dashed=0;verticalLabelPosition=bottom;verticalAlign=top;align=center;html=1;fontSize=12;fontStyle=0;aspect=fixed;pointerEvents=1;shape=mxgraph.aws4.iot_thing_humidity_sensor;" value="HUMIDIFICADOR 01" vertex="1">
          <mxGeometry height="78" width="78" x="712" y="480" as="geometry" />
        </mxCell>
        <mxCell id="-57AGY_NIGQAZNsNdCAg-69" parent="1" style="sketch=0;outlineConnect=0;fontColor=#232F3E;gradientColor=none;fillColor=#7AA116;strokeColor=none;dashed=0;verticalLabelPosition=bottom;verticalAlign=top;align=center;html=1;fontSize=12;fontStyle=0;aspect=fixed;pointerEvents=1;shape=mxgraph.aws4.iot_thing_humidity_sensor;" value="HUMIDIFICADOR 02" vertex="1">
          <mxGeometry height="78" width="78" x="712" y="635" as="geometry" />
        </mxCell>
      </root>
    </mxGraphModel>
  </diagram>
</mxfile>
